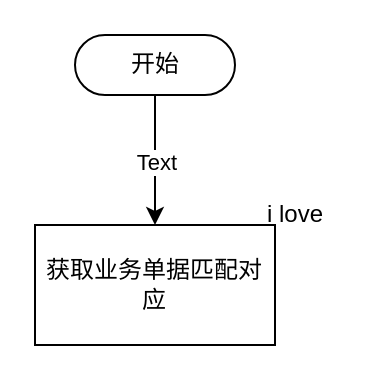
Above: page "取数设置" (2 of 2) of 获取取数设置.drawio in jeffers3n/dev-diagrams (draw.io), before the change. Source tidied: cells renumbered, new cells numbered last; positions are measured from the earlier drawing's top-left corner, leaving out a move shared by most shapes. Both pictures are drawn from the tidied source at 200%, with x=0, y=0 at pixel (34, 34).
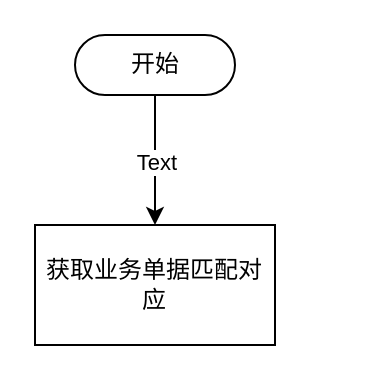
After the change.

Commit message (it also covers changes not shown here):
Update 获取取数设置.drawio

Change to the diagram source:
```diff
@@
 <mxGraphModel>
   <root>
     <mxCell id="0" />
     <mxCell id="1" parent="0" />
     <mxCell id="2" style="edgeStyle=orthogonalEdgeStyle;rounded=0;jettySize=auto;html=1;" parent="1" edge="1" source="4" target="5">
       <mxGeometry relative="1" as="geometry" />
     </mxCell>
     <mxCell id="3" value="Text" style="edgeLabel;html=1;align=center;verticalAlign=middle;" parent="2" vertex="1">
       <mxGeometry relative="1" as="geometry" />
     </mxCell>
     <mxCell id="4" value="开始" style="html=1;dashed=0;whitespace=wrap;shape=mxgraph.dfd.start;rounded=0;shadow=0;glass=0;sketch=0;" parent="1" vertex="1">
       <mxGeometry x="20" width="80" height="30" as="geometry" />
     </mxCell>
     <mxCell id="5" value="获取业务单据匹配对应" style="whiteSpace=wrap;html=1;dashed=0;rounded=0;shadow=0;glass=0;sketch=0;" parent="1" vertex="1">
       <mxGeometry y="95" width="120" height="60" as="geometry" />
     </mxCell>
-    <mxCell id="6" value="i love" style="text;html=1;align=center;verticalAlign=middle;fillColor=none;strokeColor=none;rounded=0;shadow=0;glass=0;sketch=0;" parent="1" vertex="1">
-      <mxGeometry x="110" y="80" width="40" height="20" as="geometry" />
-    </mxCell>
   </root>
 </mxGraphModel>
```
